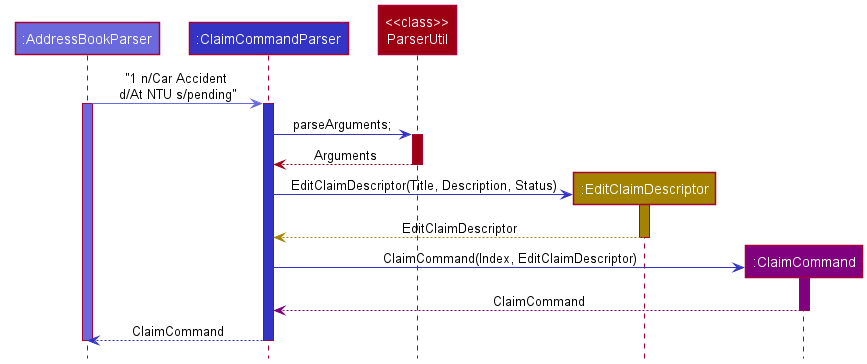
nus-cs2103-AY2122S1/tp keeps this PlantUML diagram as docs/images/ClaimCommandParserSequenceDiagram.png. Above is the earlier version. Source of this version:
```plantuml
@startuml
!include style.puml

Participant ":AddressBookParser" as addressBookParser LOGIC_COLOR_T2
Participant ":ClaimCommandParser" as claimCommandParser LOGIC_COLOR
Participant "<<class>>\nParserUtil" as util MODEL_COLOR
Participant ":EditClaimDescriptor" as descriptor STORAGE_COLOR
Participant ":ClaimCommand" as command #purple

addressBookParser -[LOGIC_COLOR_T2]> claimCommandParser :"1 n/Car Accident \nd/At NTU s/pending"
activate addressBookParser LOGIC_COLOR_T2
activate claimCommandParser LOGIC_COLOR

claimCommandParser -[LOGIC_COLOR]> util :parseArguments;
activate util MODEL_COLOR

util -[MODEL_COLOR]-> claimCommandParser :Arguments
deactivate util

create descriptor
claimCommandParser -[LOGIC_COLOR]> descriptor :EditClaimDescriptor(Title, Description, Status)
activate descriptor STORAGE_COLOR

descriptor -[STORAGE_COLOR]-> claimCommandParser :EditClaimDescriptor
deactivate descriptor

create command
claimCommandParser -[LOGIC_COLOR]> command :ClaimCommand(Index, EditClaimDescriptor)
activate command #purple

command -[#purple]-> claimCommandParser :ClaimCommand
deactivate command

claimCommandParser -[LOGIC_COLOR]-> addressBookParser :ClaimCommand
deactivate claimCommandParser

deactivate addressBookParser
@enduml
```
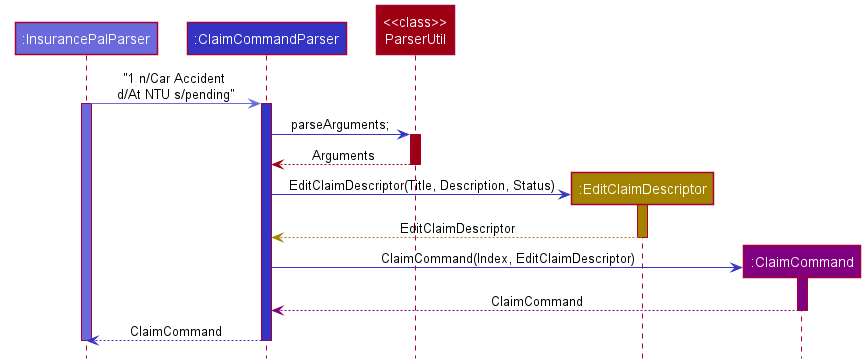
Above is the later version.

What changed in the source:
```diff
@@ -1,7 +1,7 @@
 @startuml
 !include style.puml
 
-Participant ":AddressBookParser" as addressBookParser LOGIC_COLOR_T2
+Participant ":InsurancePalParser" as addressBookParser LOGIC_COLOR_T2
 Participant ":ClaimCommandParser" as claimCommandParser LOGIC_COLOR
 Participant "<<class>>\nParserUtil" as util MODEL_COLOR
 Participant ":EditClaimDescriptor" as descriptor STORAGE_COLOR
```
